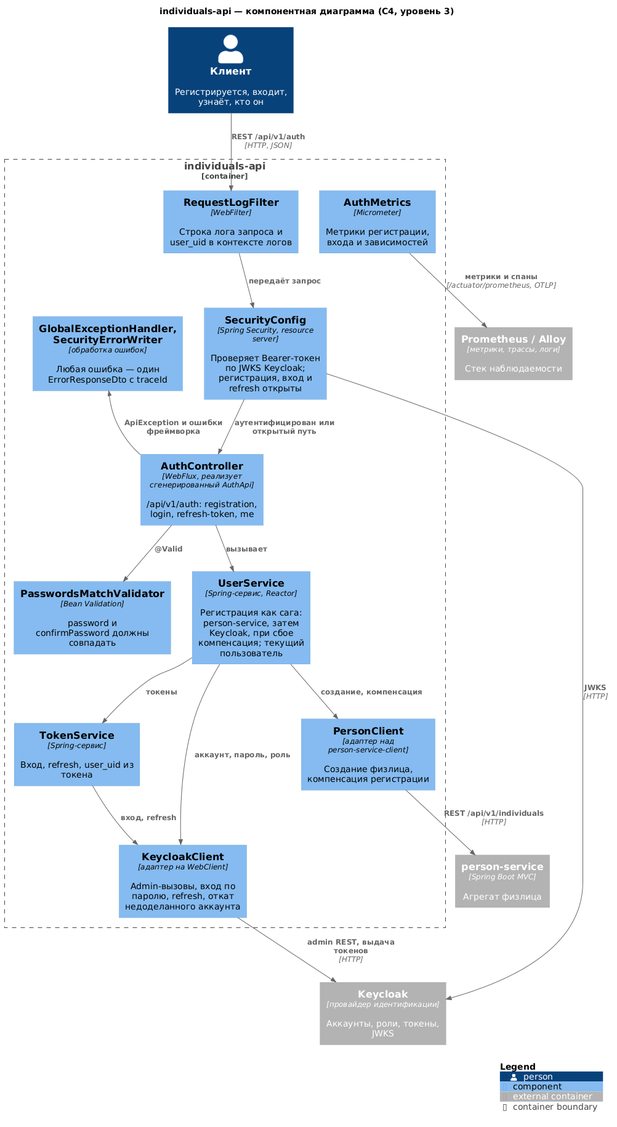
Earlier version of the PlantUML export individuals-api/diagrams-c4/png/ru/component.png (dezxxx/payment-platform).
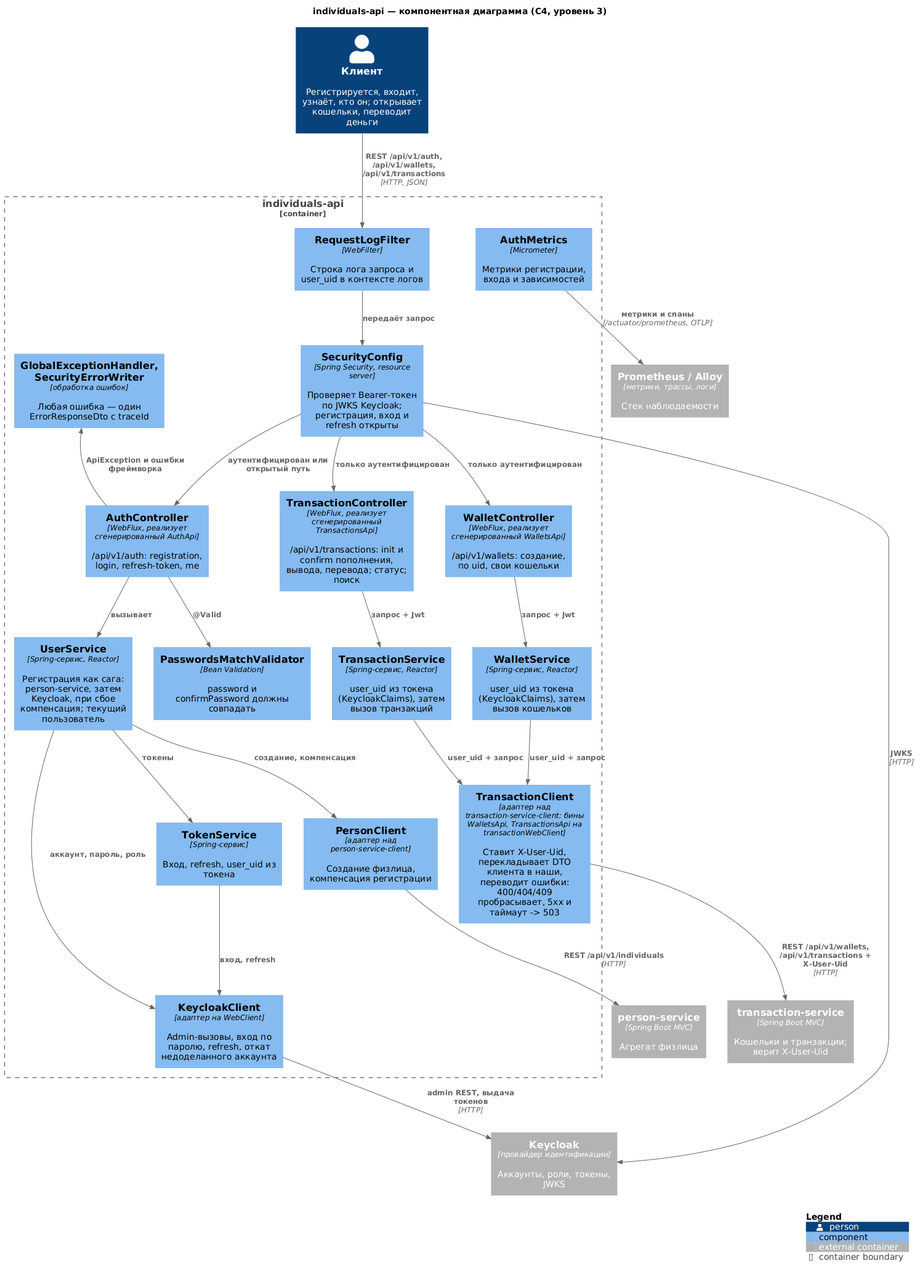
The same file after the commit.

What changed in the source:
```diff
@@ -3,34 +3,47 @@
 
 title individuals-api — компонентная диаграмма (C4, уровень 3)
 
-Person(client, "Клиент", "Регистрируется, входит, узнаёт, кто он")
+Person(client, "Клиент", "Регистрируется, входит, узнаёт, кто он; открывает кошельки, переводит деньги")
 Container_Ext(keycloak, "Keycloak", "провайдер идентификации", "Аккаунты, роли, токены, JWKS")
 Container_Ext(personService, "person-service", "Spring Boot MVC", "Агрегат физлица")
+Container_Ext(transactionService, "transaction-service", "Spring Boot MVC", "Кошельки и транзакции; верит X-User-Uid")
 Container_Ext(observability, "Prometheus / Alloy", "метрики, трассы, логи", "Стек наблюдаемости")
 
 Container_Boundary(app, "individuals-api") {
     Component(filter, "RequestLogFilter", "WebFilter", "Строка лога запроса и user_uid в контексте логов")
     Component(security, "SecurityConfig", "Spring Security, resource server", "Проверяет Bearer-токен по JWKS Keycloak; регистрация, вход и refresh открыты")
     Component(controller, "AuthController", "WebFlux, реализует сгенерированный AuthApi", "/api/v1/auth: registration, login, refresh-token, me")
+    Component(walletController, "WalletController", "WebFlux, реализует сгенерированный WalletsApi", "/api/v1/wallets: создание, по uid, свои кошельки")
+    Component(transactionController, "TransactionController", "WebFlux, реализует сгенерированный TransactionsApi", "/api/v1/transactions: init и confirm пополнения, вывода, перевода; статус; поиск")
     Component(validation, "PasswordsMatchValidator", "Bean Validation", "password и confirmPassword должны совпадать")
     Component(userService, "UserService", "Spring-сервис, Reactor", "Регистрация как сага: person-service, затем Keycloak, при сбое компенсация; текущий пользователь")
     Component(tokenService, "TokenService", "Spring-сервис", "Вход, refresh, user_uid из токена")
+    Component(walletService, "WalletService", "Spring-сервис, Reactor", "user_uid из токена (KeycloakClaims), затем вызов кошельков")
+    Component(transactionService2, "TransactionService", "Spring-сервис, Reactor", "user_uid из токена (KeycloakClaims), затем вызов транзакций")
     Component(personClient, "PersonClient", "адаптер над person-service-client", "Создание физлица, компенсация регистрации")
+    Component(transactionClient, "TransactionClient", "адаптер над transaction-service-client: бины WalletsApi, TransactionsApi на transactionWebClient", "Ставит X-User-Uid, перекладывает DTO клиента в наши, переводит ошибки: 400/404/409 пробрасывает, 5xx и таймаут -> 503")
     Component(keycloakClient, "KeycloakClient", "адаптер на WebClient", "Admin-вызовы, вход по паролю, refresh, откат недоделанного аккаунта")
     Component(errors, "GlobalExceptionHandler, SecurityErrorWriter", "обработка ошибок", "Любая ошибка — один ErrorResponseDto с traceId")
     Component(metrics, "AuthMetrics", "Micrometer", "Метрики регистрации, входа и зависимостей")
 }
 
-Rel(client, filter, "REST /api/v1/auth", "HTTP, JSON")
+Rel(client, filter, "REST /api/v1/auth, /api/v1/wallets, /api/v1/transactions", "HTTP, JSON")
 Rel(filter, security, "передаёт запрос")
 Rel(security, controller, "аутентифицирован или открытый путь")
+Rel(security, walletController, "только аутентифицирован")
+Rel(security, transactionController, "только аутентифицирован")
 Rel(controller, validation, "@Valid")
 Rel(controller, userService, "вызывает")
+Rel(walletController, walletService, "запрос + Jwt")
+Rel(transactionController, transactionService2, "запрос + Jwt")
 Rel(userService, personClient, "создание, компенсация")
 Rel(userService, keycloakClient, "аккаунт, пароль, роль")
 Rel(userService, tokenService, "токены")
 Rel(tokenService, keycloakClient, "вход, refresh")
+Rel(walletService, transactionClient, "user_uid + запрос")
+Rel(transactionService2, transactionClient, "user_uid + запрос")
 Rel(personClient, personService, "REST /api/v1/individuals", "HTTP")
+Rel(transactionClient, transactionService, "REST /api/v1/wallets, /api/v1/transactions + X-User-Uid", "HTTP")
 Rel(keycloakClient, keycloak, "admin REST, выдача токенов", "HTTP")
 Rel(security, keycloak, "JWKS", "HTTP")
 Rel_Back(errors, controller, "ApiException и ошибки фреймворка")
```
